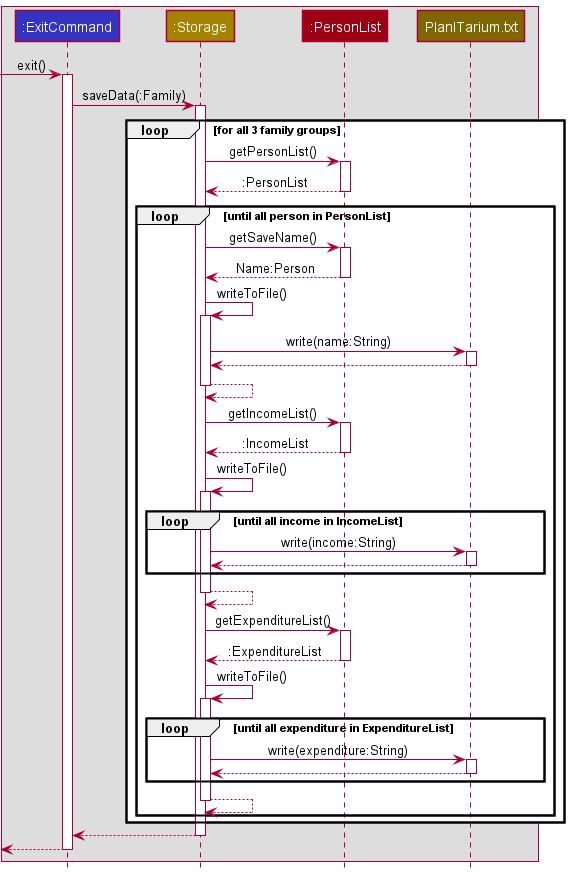
Earlier version of the PlantUML export docs/images/StorageSaveSequence.png (nus-cs2113-AY2122S2/tp).
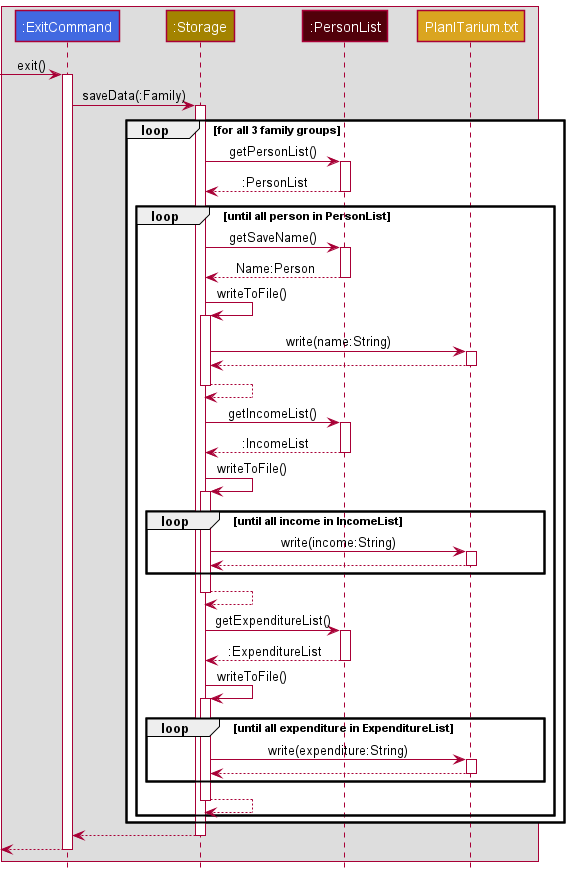
After the commit.

The edit, as a diff of the source:
```diff
@@ -2,9 +2,9 @@
 !include style.puml
 
 Box
-    participant ":ExitCommand" as ExitCommand LOGIC_COLOR
+    participant ":ExitCommand" as ExitCommand COMMAND_COLOR_T1
     participant ":Storage" as Storage STORAGE_COLOR
-    participant ":PersonList" as PersonList MODEL_COLOR
+    participant ":PersonList" as PersonList MODEL_COLOR_T3
     participant PlanITarium.txt STORAGE_COLOR_T3
 end box
 
```
